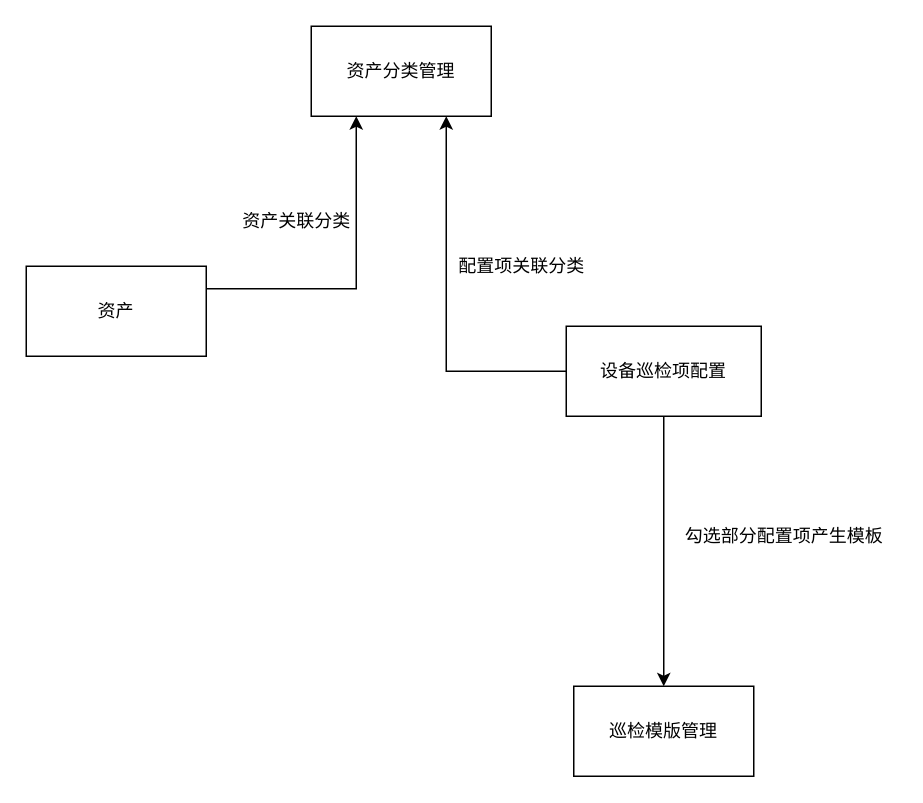
x1126565832/pic keeps this draw.io diagram as 资产与巡检基础配置项关联.drawio. Above is the earlier version. Source tidied: cells renumbered, new cells numbered last; positions are measured from the earlier drawing's top-left corner, leaving out a move shared by most shapes. Both pictures are drawn from the tidied source at 150%, with x=0, y=0 at pixel (26, 26).
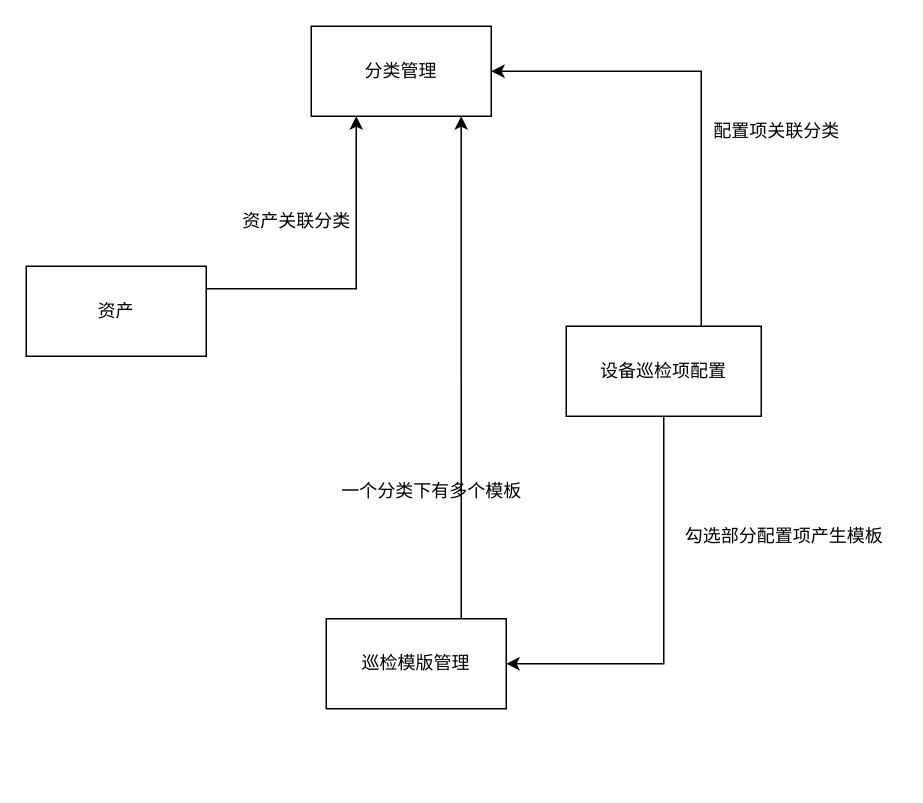
The same diagram, later.

Commit message (it also covers changes not shown here):
更新资产与巡检基础配置项关联.drawio

Change to the diagram source:
```diff
@@
 <mxGraphModel>
   <root>
     <mxCell id="0" />
     <mxCell id="1" parent="0" />
     <mxCell id="2" style="edgeStyle=orthogonalEdgeStyle;rounded=0;jettySize=auto;html=1;exitX=1;exitY=0.25;exitDx=0;exitDy=0;entryX=0.25;entryY=1;entryDx=0;entryDy=0;" parent="1" edge="1" source="3" target="4">
       <mxGeometry relative="1" as="geometry" />
     </mxCell>
     <mxCell id="3" value="资产" style="rounded=0;whiteSpace=wrap;html=1;" parent="1" vertex="1">
       <mxGeometry y="160" width="120" height="60" as="geometry" />
     </mxCell>
-    <mxCell id="4" value="资产分类管理" style="whiteSpace=wrap;html=1;" parent="1" vertex="1">
+    <mxCell id="4" value="分类管理" style="whiteSpace=wrap;html=1;" parent="1" vertex="1">
       <mxGeometry x="190" width="120" height="60" as="geometry" />
     </mxCell>
-    <mxCell id="5" style="edgeStyle=orthogonalEdgeStyle;rounded=0;jettySize=auto;html=1;entryX=0.75;entryY=1;entryDx=0;entryDy=0;" parent="1" edge="1" source="7" target="4">
-      <mxGeometry relative="1" as="geometry" />
+    <mxCell id="5" style="edgeStyle=orthogonalEdgeStyle;rounded=0;jettySize=auto;html=1;entryX=1;entryY=0.5;entryDx=0;entryDy=0;" parent="1" edge="1" source="7" target="4">
+      <mxGeometry relative="1" as="geometry">
+        <Array as="points">
+          <mxPoint x="450" y="30" />
+        </Array>
+      </mxGeometry>
     </mxCell>
-    <mxCell id="6" style="edgeStyle=orthogonalEdgeStyle;rounded=0;jettySize=auto;html=1;exitX=0.5;exitY=1;exitDx=0;exitDy=0;entryX=0.5;entryY=0;entryDx=0;entryDy=0;" parent="1" edge="1" source="7" target="8">
+    <mxCell id="6" style="edgeStyle=orthogonalEdgeStyle;rounded=0;jettySize=auto;html=1;exitX=0.5;exitY=1;exitDx=0;exitDy=0;entryX=1;entryY=0.5;entryDx=0;entryDy=0;" parent="1" edge="1" source="7" target="8">
       <mxGeometry relative="1" as="geometry" />
     </mxCell>
     <mxCell id="7" value="设备巡检项配置" style="whiteSpace=wrap;html=1;" parent="1" vertex="1">
       <mxGeometry x="360" y="200" width="130" height="60" as="geometry" />
     </mxCell>
+    <mxCell id="12" style="edgeStyle=orthogonalEdgeStyle;rounded=0;jettySize=auto;html=1;exitX=0.75;exitY=0;exitDx=0;exitDy=0;entryX=0.833;entryY=1;entryDx=0;entryDy=0;entryPerimeter=0;" parent="1" edge="1" source="8" target="4">
+      <mxGeometry relative="1" as="geometry" />
+    </mxCell>
     <mxCell id="8" value="巡检模版管理" style="whiteSpace=wrap;html=1;" parent="1" vertex="1">
-      <mxGeometry x="365" y="440" width="120" height="60" as="geometry" />
+      <mxGeometry x="200" y="395" width="120" height="60" as="geometry" />
     </mxCell>
     <mxCell id="9" value="资产关联分类" style="text;html=1;align=center;verticalAlign=middle;strokeColor=none;fillColor=none;" parent="1" vertex="1">
       <mxGeometry x="135" y="120" width="90" height="20" as="geometry" />
     </mxCell>
     <mxCell id="10" value="配置项关联分类" style="text;html=1;align=center;verticalAlign=middle;strokeColor=none;fillColor=none;" parent="1" vertex="1">
-      <mxGeometry x="280" y="150" width="100" height="20" as="geometry" />
+      <mxGeometry x="450" y="60" width="100" height="20" as="geometry" />
     </mxCell>
     <mxCell id="11" value="勾选部分配置项产生模板" style="text;html=1;align=center;verticalAlign=middle;strokeColor=none;fillColor=none;" parent="1" vertex="1">
       <mxGeometry x="430" y="330" width="150" height="20" as="geometry" />
     </mxCell>
+    <mxCell id="13" style="edgeStyle=orthogonalEdgeStyle;rounded=0;orthogonalLoop=1;jettySize=auto;html=1;exitX=0.5;exitY=1;exitDx=0;exitDy=0;" parent="1" edge="1" source="7" target="7">
+      <mxGeometry relative="1" as="geometry" />
+    </mxCell>
+    <mxCell id="14" value="一个分类下有多个模板" style="text;html=1;align=center;verticalAlign=middle;strokeColor=none;fillColor=none;" parent="1" vertex="1">
+      <mxGeometry x="200" y="300" width="140" height="20" as="geometry" />
+    </mxCell>
   </root>
 </mxGraphModel>
```
